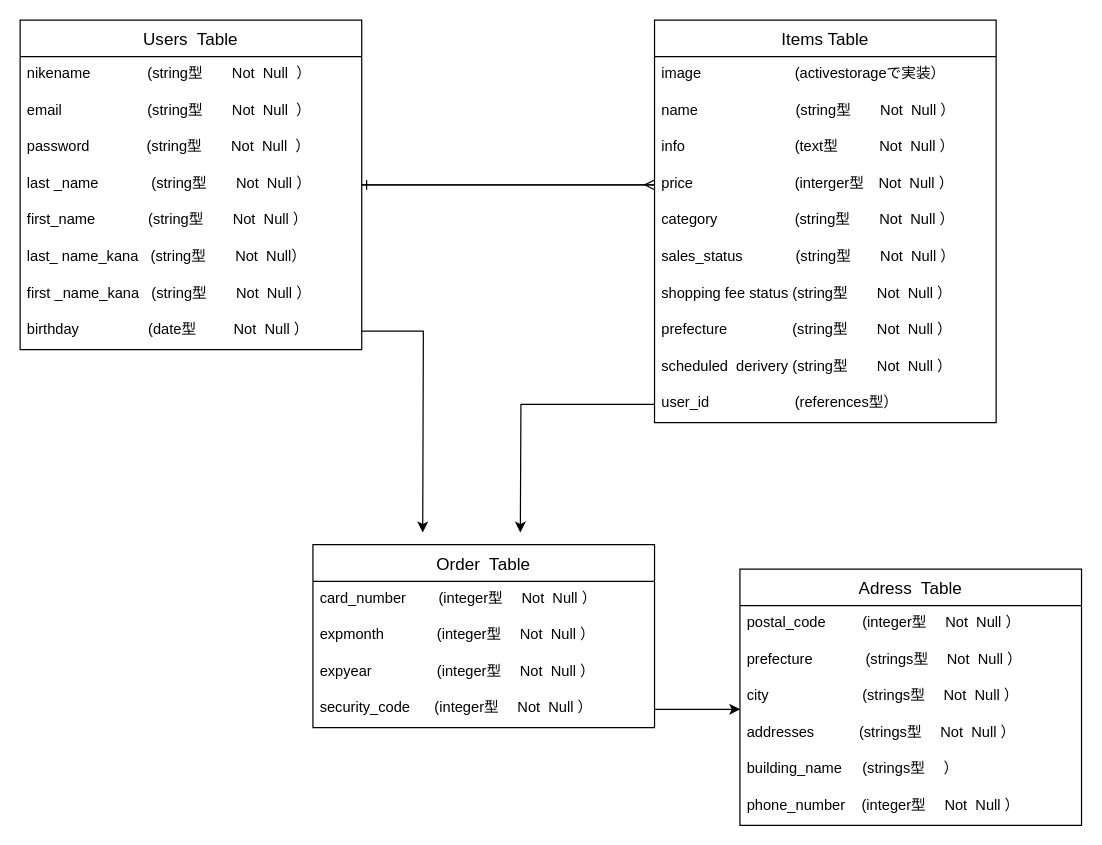
The draw.io diagram furima.dio in mayumiyamada/furima-31952, before the edit. Source tidied: cells renumbered, new cells numbered last; positions are measured from the earlier drawing's top-left corner, leaving out a move shared by most shapes. Both pictures are drawn from the tidied source at 122%, with x=0, y=0 at pixel (20, 20).
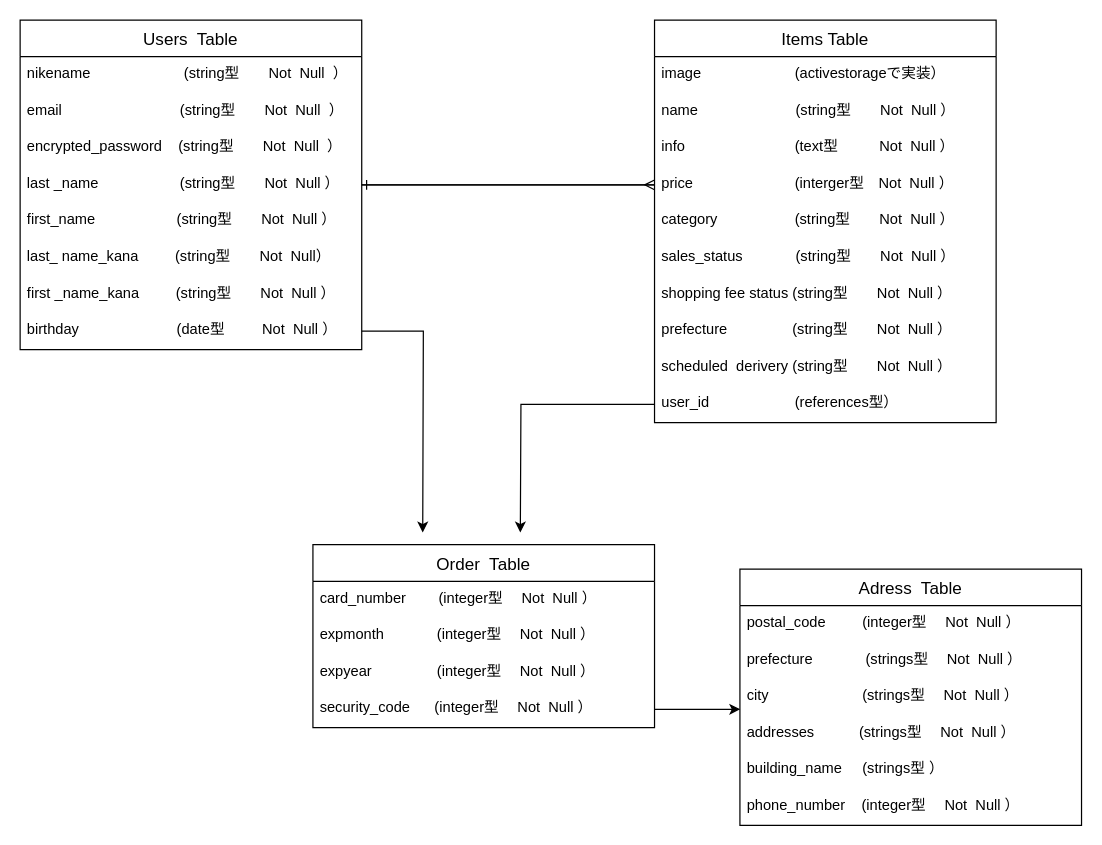
The same diagram, later.

The change refers to these unchanged cells:
```xml
<mxCell id="2" value="Users  Table" style="swimlane;fontStyle=0;horizontal=1;startSize=30;align=center;fontSize=14;" parent="1" vertex="1">
  <mxGeometry width="280" height="270" as="geometry" />
</mxCell>
<mxCell id="28" value="Adress  Table" style="swimlane;fontStyle=0;horizontal=1;startSize=30;align=center;fontSize=14;" parent="1" vertex="1">
  <mxGeometry x="590" y="450" width="280" height="210" as="geometry" />
</mxCell>
```

Diff of the diagram source:
```diff
@@
-    <mxCell id="3" value="nikename              (string型　　Not  Null  ）" style="text;strokeColor=none;fillColor=none;spacingLeft=4;spacingRight=4;overflow=hidden;fontSize=12;" parent="2" vertex="1">
+    <mxCell id="3" value="nikename                       (string型　　Not  Null  ）" style="text;strokeColor=none;fillColor=none;spacingLeft=4;spacingRight=4;overflow=hidden;fontSize=12;" parent="2" vertex="1">
       <mxGeometry y="30" width="280" height="30" as="geometry" />
     </mxCell>
-    <mxCell id="4" value="email                     (string型　　Not  Null  ）" style="text;strokeColor=none;fillColor=none;spacingLeft=4;spacingRight=4;overflow=hidden;fontSize=12;" parent="2" vertex="1">
+    <mxCell id="4" value="email                             (string型　　Not  Null  ）" style="text;strokeColor=none;fillColor=none;spacingLeft=4;spacingRight=4;overflow=hidden;fontSize=12;" parent="2" vertex="1">
       <mxGeometry y="60" width="280" height="30" as="geometry" />
     </mxCell>
-    <mxCell id="5" value="password              (string型　　Not  Null  ）" style="text;strokeColor=none;fillColor=none;spacingLeft=4;spacingRight=4;overflow=hidden;fontSize=12;" parent="2" vertex="1">
+    <mxCell id="5" value="encrypted_password    (string型　　Not  Null  ）" style="text;strokeColor=none;fillColor=none;spacingLeft=4;spacingRight=4;overflow=hidden;fontSize=12;" parent="2" vertex="1">
       <mxGeometry y="90" width="280" height="30" as="geometry" />
     </mxCell>
-    <mxCell id="6" value="last _name             (string型　　Not  Null ）" style="text;strokeColor=none;fillColor=none;spacingLeft=4;spacingRight=4;overflow=hidden;points=[[0,0.5],[1,0.5]];portConstraint=eastwest;fontSize=12;" parent="2" vertex="1">
+    <mxCell id="6" value="last _name                    (string型　　Not  Null ）" style="text;strokeColor=none;fillColor=none;spacingLeft=4;spacingRight=4;overflow=hidden;points=[[0,0.5],[1,0.5]];portConstraint=eastwest;fontSize=12;" parent="2" vertex="1">
       <mxGeometry y="120" width="280" height="30" as="geometry" />
     </mxCell>
-    <mxCell id="7" value="first_name             (string型　　Not  Null ）" style="text;strokeColor=none;fillColor=none;spacingLeft=4;spacingRight=4;overflow=hidden;fontSize=12;" parent="2" vertex="1">
+    <mxCell id="7" value="first_name                    (string型　　Not  Null ）" style="text;strokeColor=none;fillColor=none;spacingLeft=4;spacingRight=4;overflow=hidden;fontSize=12;" parent="2" vertex="1">
       <mxGeometry y="150" width="280" height="30" as="geometry" />
     </mxCell>
-    <mxCell id="8" value="last_ name_kana   (string型　　Not  Null）" style="text;strokeColor=none;fillColor=none;spacingLeft=4;spacingRight=4;overflow=hidden;fontSize=12;" parent="2" vertex="1">
+    <mxCell id="8" value="last_ name_kana         (string型　　Not  Null）" style="text;strokeColor=none;fillColor=none;spacingLeft=4;spacingRight=4;overflow=hidden;fontSize=12;" parent="2" vertex="1">
       <mxGeometry y="180" width="280" height="30" as="geometry" />
     </mxCell>
-    <mxCell id="9" value="first _name_kana   (string型　　Not  Null ）" style="text;strokeColor=none;fillColor=none;spacingLeft=4;spacingRight=4;overflow=hidden;fontSize=12;" parent="2" vertex="1">
+    <mxCell id="9" value="first _name_kana         (string型　　Not  Null ）" style="text;strokeColor=none;fillColor=none;spacingLeft=4;spacingRight=4;overflow=hidden;fontSize=12;" parent="2" vertex="1">
       <mxGeometry y="210" width="280" height="30" as="geometry" />
     </mxCell>
-    <mxCell id="10" value="birthday                 (date型　　  Not  Null ）" style="text;strokeColor=none;fillColor=none;spacingLeft=4;spacingRight=4;overflow=hidden;points=[[0,0.5],[1,0.5]];portConstraint=eastwest;fontSize=12;" parent="2" vertex="1">
+    <mxCell id="10" value="birthday                        (date型　　  Not  Null ）" style="text;strokeColor=none;fillColor=none;spacingLeft=4;spacingRight=4;overflow=hidden;points=[[0,0.5],[1,0.5]];portConstraint=eastwest;fontSize=12;" parent="2" vertex="1">
       <mxGeometry y="240" width="280" height="30" as="geometry" />
     </mxCell>
@@
-    <mxCell id="33" value="building_name     (strings型　 ）" style="text;strokeColor=none;fillColor=none;spacingLeft=4;spacingRight=4;overflow=hidden;fontSize=12;" parent="28" vertex="1">
+    <mxCell id="33" value="building_name     (strings型 ）" style="text;strokeColor=none;fillColor=none;spacingLeft=4;spacingRight=4;overflow=hidden;fontSize=12;" parent="28" vertex="1">
       <mxGeometry y="150" width="280" height="30" as="geometry" />
     </mxCell>
```
